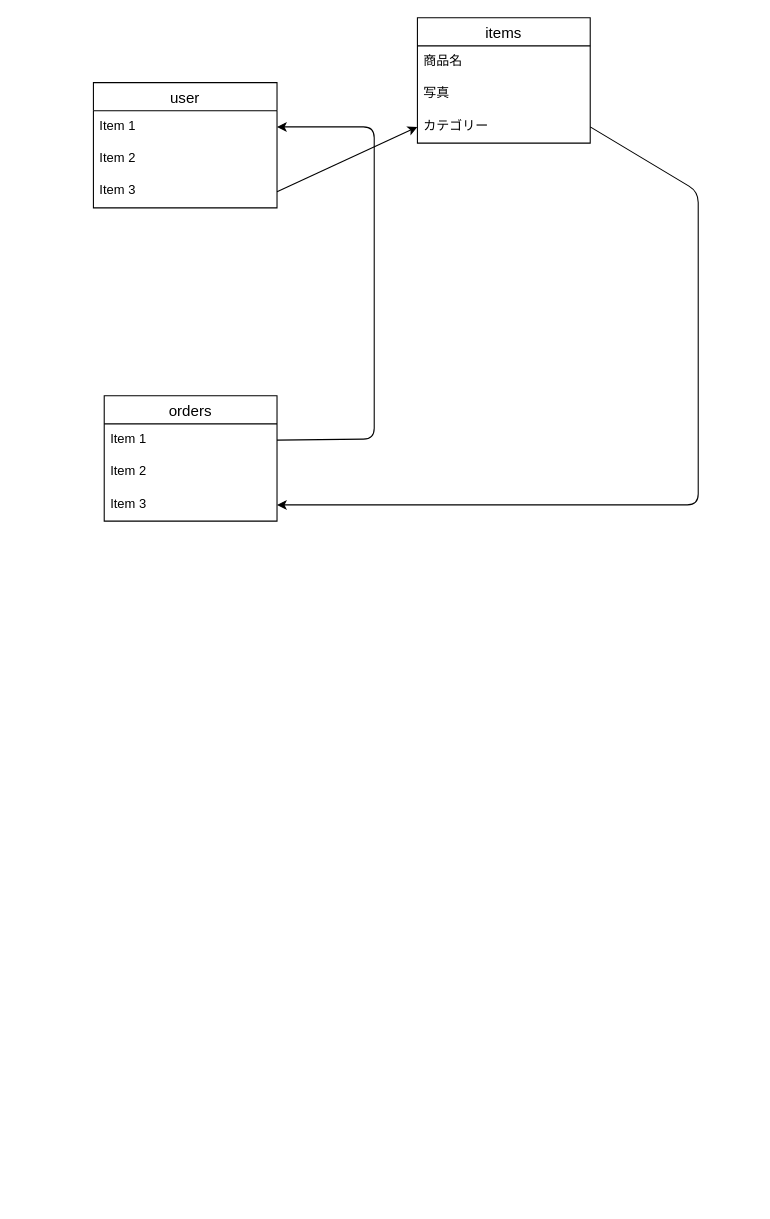
Before: ER.dio in bitich/furima-39113, a draw.io diagram. Source tidied: cells renumbered, new cells numbered last; positions are measured from the earlier drawing's top-left corner, leaving out a move shared by most shapes. Both pictures are drawn from the tidied source at 108%, with x=0, y=0 at pixel (93, 17).
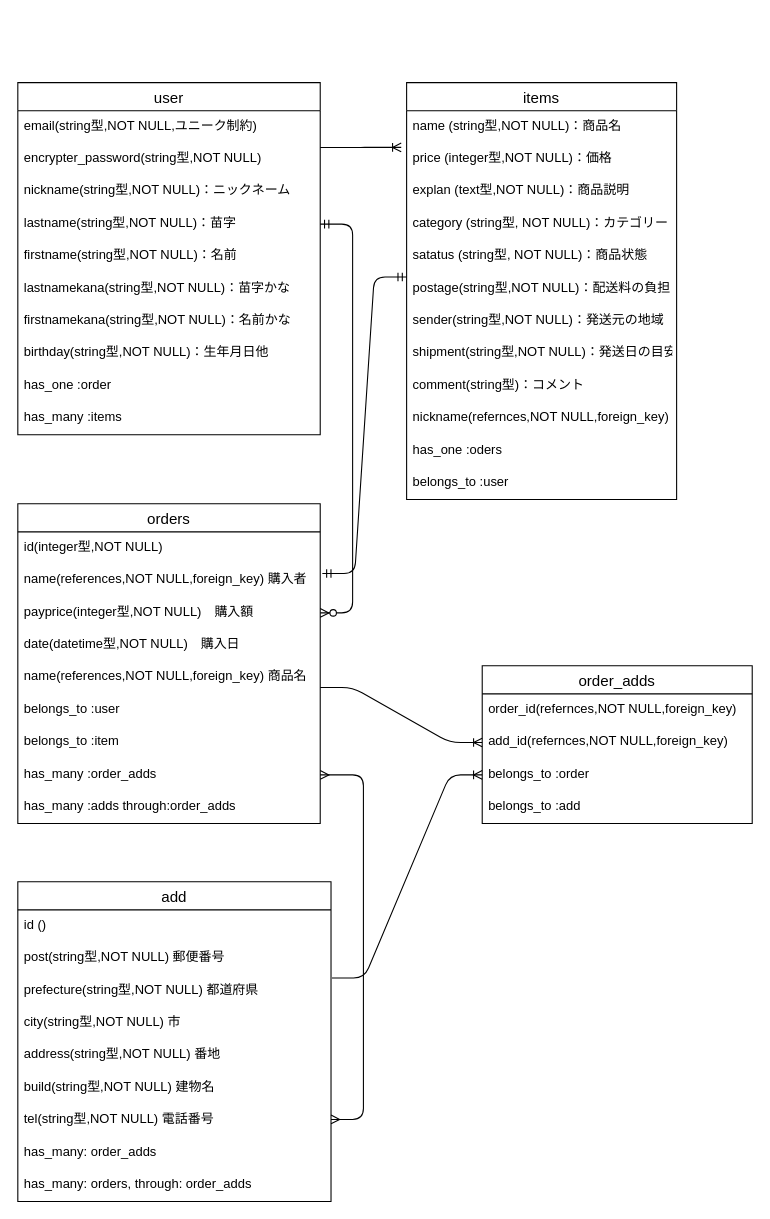
The same diagram, later.

Commit message (it also covers changes not shown here):
ER図、READ.ME作成

What changed in the source:
```diff
@@
     <mxCell id="2" value="user" style="swimlane;fontStyle=0;horizontal=1;startSize=26;align=center;fontSize=14;" parent="1" vertex="1">
-      <mxGeometry y="60" width="170" height="116" as="geometry" />
+      <mxGeometry x="-70" y="60" width="280" height="326" as="geometry" />
     </mxCell>
-    <mxCell id="3" value="Item 1" style="text;strokeColor=none;fillColor=none;spacingLeft=4;spacingRight=4;overflow=hidden;points=[[0,0.5],[1,0.5]];portConstraint=eastwest;fontSize=12;" parent="2" vertex="1">
-      <mxGeometry y="26" width="170" height="30" as="geometry" />
+    <mxCell id="3" value="email(string型,NOT NULL,ユニーク制約)" style="text;strokeColor=none;fillColor=none;spacingLeft=4;spacingRight=4;overflow=hidden;points=[[0,0.5],[1,0.5]];portConstraint=eastwest;fontSize=12;" parent="2" vertex="1">
+      <mxGeometry y="26" width="280" height="30" as="geometry" />
     </mxCell>
-    <mxCell id="4" value="Item 2" style="text;strokeColor=none;fillColor=none;spacingLeft=4;spacingRight=4;overflow=hidden;fontSize=12;" parent="2" vertex="1">
-      <mxGeometry y="56" width="170" height="30" as="geometry" />
+    <mxCell id="4" value="encrypter_password(string型,NOT NULL)" style="text;strokeColor=none;fillColor=none;spacingLeft=4;spacingRight=4;overflow=hidden;fontSize=12;" parent="2" vertex="1">
+      <mxGeometry y="56" width="280" height="30" as="geometry" />
     </mxCell>
-    <mxCell id="5" value="Item 3" style="text;strokeColor=none;fillColor=none;spacingLeft=4;spacingRight=4;overflow=hidden;points=[[0,0.5],[1,0.5]];portConstraint=eastwest;fontSize=12;" parent="2" vertex="1">
-      <mxGeometry y="86" width="170" height="30" as="geometry" />
+    <mxCell id="5" value="nickname(string型,NOT NULL)：ニックネーム" style="text;strokeColor=none;fillColor=none;spacingLeft=4;spacingRight=4;overflow=hidden;points=[[0,0.5],[1,0.5]];portConstraint=eastwest;fontSize=12;" parent="2" vertex="1">
+      <mxGeometry y="86" width="280" height="30" as="geometry" />
     </mxCell>
+    <mxCell id="17" value="lastname(string型,NOT NULL)：苗字" style="text;strokeColor=none;fillColor=none;spacingLeft=4;spacingRight=4;overflow=hidden;points=[[0,0.5],[1,0.5]];portConstraint=eastwest;fontSize=12;rounded=1;" parent="2" vertex="1">
+      <mxGeometry y="116" width="280" height="30" as="geometry" />
+    </mxCell>
+    <mxCell id="18" value="firstname(string型,NOT NULL)：名前" style="text;strokeColor=none;fillColor=none;spacingLeft=4;spacingRight=4;overflow=hidden;fontSize=12;rounded=1;" parent="2" vertex="1">
+      <mxGeometry y="146" width="280" height="30" as="geometry" />
+    </mxCell>
+    <mxCell id="19" value="lastnamekana(string型,NOT NULL)：苗字かな" style="text;strokeColor=none;fillColor=none;spacingLeft=4;spacingRight=4;overflow=hidden;fontSize=12;rounded=1;" parent="2" vertex="1">
+      <mxGeometry y="176" width="280" height="30" as="geometry" />
+    </mxCell>
+    <mxCell id="20" value="firstnamekana(string型,NOT NULL)：名前かな" style="text;strokeColor=none;fillColor=none;spacingLeft=4;spacingRight=4;overflow=hidden;fontSize=12;rounded=1;" parent="2" vertex="1">
+      <mxGeometry y="206" width="280" height="30" as="geometry" />
+    </mxCell>
+    <mxCell id="21" value="birthday(string型,NOT NULL)：生年月日他" style="text;strokeColor=none;fillColor=none;spacingLeft=4;spacingRight=4;overflow=hidden;fontSize=12;rounded=1;" parent="2" vertex="1">
+      <mxGeometry y="236" width="280" height="30" as="geometry" />
+    </mxCell>
+    <mxCell id="22" value="has_one :order" style="text;strokeColor=none;fillColor=none;spacingLeft=4;spacingRight=4;overflow=hidden;fontSize=12;" parent="2" vertex="1">
+      <mxGeometry y="266" width="280" height="30" as="geometry" />
+    </mxCell>
+    <mxCell id="23" value="has_many :items" style="text;strokeColor=none;fillColor=none;spacingLeft=4;spacingRight=4;overflow=hidden;fontSize=12;" parent="2" vertex="1">
+      <mxGeometry y="296" width="280" height="30" as="geometry" />
+    </mxCell>
     <mxCell id="6" value="items" style="swimlane;fontStyle=0;horizontal=1;startSize=26;align=center;fontSize=14;" parent="1" vertex="1">
-      <mxGeometry x="300" width="160" height="116" as="geometry" />
+      <mxGeometry x="290" y="60" width="250" height="386" as="geometry" />
     </mxCell>
-    <mxCell id="7" value="商品名" style="text;strokeColor=none;fillColor=none;spacingLeft=4;spacingRight=4;overflow=hidden;fontSize=12;" parent="6" vertex="1">
-      <mxGeometry y="26" width="160" height="30" as="geometry" />
+    <mxCell id="7" value="name (string型,NOT NULL)：商品名" style="text;strokeColor=none;fillColor=none;spacingLeft=4;spacingRight=4;overflow=hidden;fontSize=12;" parent="6" vertex="1">
+      <mxGeometry y="26" width="250" height="30" as="geometry" />
     </mxCell>
-    <mxCell id="8" value="写真" style="text;strokeColor=none;fillColor=none;spacingLeft=4;spacingRight=4;overflow=hidden;points=[[0,0.5],[1,0.5]];portConstraint=eastwest;fontSize=12;" parent="6" vertex="1">
-      <mxGeometry y="56" width="160" height="30" as="geometry" />
+    <mxCell id="8" value="price (integer型,NOT NULL)：価格" style="text;strokeColor=none;fillColor=none;spacingLeft=4;spacingRight=4;overflow=hidden;points=[[0,0.5],[1,0.5]];portConstraint=eastwest;fontSize=12;" parent="6" vertex="1">
+      <mxGeometry y="56" width="250" height="30" as="geometry" />
     </mxCell>
-    <mxCell id="9" value="カテゴリー&#10;&#10;" style="text;strokeColor=none;fillColor=none;spacingLeft=4;spacingRight=4;overflow=hidden;points=[[0,0.5],[1,0.5]];portConstraint=eastwest;fontSize=12;" parent="6" vertex="1">
-      <mxGeometry y="86" width="160" height="30" as="geometry" />
+    <mxCell id="9" value="explan (text型,NOT NULL)：商品説明" style="text;strokeColor=none;fillColor=none;spacingLeft=4;spacingRight=4;overflow=hidden;points=[[0,0.5],[1,0.5]];portConstraint=eastwest;fontSize=12;" parent="6" vertex="1">
+      <mxGeometry y="86" width="250" height="30" as="geometry" />
     </mxCell>
+    <mxCell id="24" value="category (string型, NOT NULL)：カテゴリー" style="text;strokeColor=none;fillColor=none;spacingLeft=4;spacingRight=4;overflow=hidden;fontSize=12;rounded=1;" parent="6" vertex="1">
+      <mxGeometry y="116" width="250" height="30" as="geometry" />
+    </mxCell>
+    <mxCell id="25" value="satatus (string型, NOT NULL)：商品状態" style="text;strokeColor=none;fillColor=none;spacingLeft=4;spacingRight=4;overflow=hidden;fontSize=12;" parent="6" vertex="1">
+      <mxGeometry y="146" width="250" height="30" as="geometry" />
+    </mxCell>
+    <mxCell id="26" value="postage(string型,NOT NULL)：配送料の負担" style="text;strokeColor=none;fillColor=none;spacingLeft=4;spacingRight=4;overflow=hidden;fontSize=12;rounded=1;" parent="6" vertex="1">
+      <mxGeometry y="176" width="250" height="30" as="geometry" />
+    </mxCell>
+    <mxCell id="27" value="sender(string型,NOT NULL)：発送元の地域" style="text;strokeColor=none;fillColor=none;spacingLeft=4;spacingRight=4;overflow=hidden;fontSize=12;rounded=1;" parent="6" vertex="1">
+      <mxGeometry y="206" width="250" height="30" as="geometry" />
+    </mxCell>
+    <mxCell id="28" value="shipment(string型,NOT NULL)：発送日の目安" style="text;strokeColor=none;fillColor=none;spacingLeft=4;spacingRight=4;overflow=hidden;fontSize=12;rounded=1;" parent="6" vertex="1">
+      <mxGeometry y="236" width="250" height="30" as="geometry" />
+    </mxCell>
+    <mxCell id="29" value="comment(string型)：コメント" style="text;strokeColor=none;fillColor=none;spacingLeft=4;spacingRight=4;overflow=hidden;fontSize=12;rounded=1;" parent="6" vertex="1">
+      <mxGeometry y="266" width="250" height="30" as="geometry" />
+    </mxCell>
+    <mxCell id="30" value="nickname(refernces,NOT NULL,foreign_key)" style="text;strokeColor=none;fillColor=none;spacingLeft=4;spacingRight=4;overflow=hidden;fontSize=12;" parent="6" vertex="1">
+      <mxGeometry y="296" width="250" height="30" as="geometry" />
+    </mxCell>
+    <mxCell id="31" value="has_one :oders" style="text;strokeColor=none;fillColor=none;spacingLeft=4;spacingRight=4;overflow=hidden;fontSize=12;" parent="6" vertex="1">
+      <mxGeometry y="326" width="250" height="30" as="geometry" />
+    </mxCell>
+    <mxCell id="32" value="belongs_to :user" style="text;strokeColor=none;fillColor=none;spacingLeft=4;spacingRight=4;overflow=hidden;fontSize=12;" parent="6" vertex="1">
+      <mxGeometry y="356" width="250" height="30" as="geometry" />
+    </mxCell>
     <mxCell id="10" value="orders" style="swimlane;fontStyle=0;horizontal=1;startSize=26;align=center;fontSize=14;" parent="1" vertex="1">
-      <mxGeometry x="10" y="350" width="160" height="116" as="geometry" />
+      <mxGeometry x="-70" y="450" width="280" height="296" as="geometry" />
     </mxCell>
+    <mxCell id="33" value="id(integer型,NOT NULL)" style="text;strokeColor=none;fillColor=none;spacingLeft=4;spacingRight=4;overflow=hidden;fontSize=12;" parent="10" vertex="1">
+      <mxGeometry y="26" width="280" height="30" as="geometry" />
+    </mxCell>
-    <mxCell id="11" value="Item 1" style="text;strokeColor=none;fillColor=none;spacingLeft=4;spacingRight=4;overflow=hidden;points=[[0,0.5],[1,0.5]];portConstraint=eastwest;fontSize=12;" parent="10" vertex="1">
-      <mxGeometry y="26" width="160" height="30" as="geometry" />
+    <mxCell id="11" value="name(references,NOT NULL,foreign_key) 購入者" style="text;strokeColor=none;fillColor=none;spacingLeft=4;spacingRight=4;overflow=hidden;points=[[0,0.5],[1,0.5]];portConstraint=eastwest;fontSize=12;" parent="10" vertex="1">
+      <mxGeometry y="56" width="280" height="30" as="geometry" />
     </mxCell>
-    <mxCell id="12" value="Item 2" style="text;strokeColor=none;fillColor=none;spacingLeft=4;spacingRight=4;overflow=hidden;points=[[0,0.5],[1,0.5]];portConstraint=eastwest;fontSize=12;" parent="10" vertex="1">
-      <mxGeometry y="56" width="160" height="30" as="geometry" />
+    <mxCell id="12" value="payprice(integer型,NOT NULL)　購入額" style="text;strokeColor=none;fillColor=none;spacingLeft=4;spacingRight=4;overflow=hidden;points=[[0,0.5],[1,0.5]];portConstraint=eastwest;fontSize=12;" parent="10" vertex="1">
+      <mxGeometry y="86" width="280" height="30" as="geometry" />
     </mxCell>
-    <mxCell id="13" value="Item 3" style="text;strokeColor=none;fillColor=none;spacingLeft=4;spacingRight=4;overflow=hidden;points=[[0,0.5],[1,0.5]];portConstraint=eastwest;fontSize=12;" parent="10" vertex="1">
-      <mxGeometry y="86" width="160" height="30" as="geometry" />
+    <mxCell id="13" value="date(datetime型,NOT NULL)　購入日" style="text;strokeColor=none;fillColor=none;spacingLeft=4;spacingRight=4;overflow=hidden;points=[[0,0.5],[1,0.5]];portConstraint=eastwest;fontSize=12;" parent="10" vertex="1">
+      <mxGeometry y="116" width="280" height="30" as="geometry" />
     </mxCell>
-    <mxCell id="14" style="edgeStyle=none;html=1;exitX=1;exitY=0.5;exitDx=0;exitDy=0;entryX=0;entryY=0.5;entryDx=0;entryDy=0;" parent="1" edge="1" source="5" target="9">
-      <mxGeometry relative="1" as="geometry" />
-    </mxCell>
-    <mxCell id="15" style="edgeStyle=none;html=1;exitX=1;exitY=0.5;exitDx=0;exitDy=0;entryX=1;entryY=0.5;entryDx=0;entryDy=0;" parent="1" edge="1" source="11" target="3">
-      <mxGeometry relative="1" as="geometry">
-        <Array as="points">
-          <mxPoint x="260" y="390" />
-          <mxPoint x="260" y="240" />
-          <mxPoint x="260" y="101" />
-        </Array>
-      </mxGeometry>
-    </mxCell>
-    <mxCell id="16" style="edgeStyle=none;html=1;exitX=1;exitY=0.5;exitDx=0;exitDy=0;entryX=1;entryY=0.5;entryDx=0;entryDy=0;" parent="1" edge="1" source="9" target="13">
-      <mxGeometry relative="1" as="geometry">
-        <Array as="points">
-          <mxPoint x="560" y="161" />
-          <mxPoint x="560" y="451" />
-        </Array>
-      </mxGeometry>
-    </mxCell>
+    <mxCell id="34" value="name(references,NOT NULL,foreign_key) 商品名&#10;" style="text;strokeColor=none;fillColor=none;spacingLeft=4;spacingRight=4;overflow=hidden;fontSize=12;rounded=1;" parent="10" vertex="1">
+      <mxGeometry y="146" width="280" height="30" as="geometry" />
+    </mxCell>
+    <mxCell id="35" value="belongs_to :user" style="text;strokeColor=none;fillColor=none;spacingLeft=4;spacingRight=4;overflow=hidden;fontSize=12;" parent="10" vertex="1">
+      <mxGeometry y="176" width="280" height="30" as="geometry" />
+    </mxCell>
+    <mxCell id="36" value="belongs_to :item" style="text;strokeColor=none;fillColor=none;spacingLeft=4;spacingRight=4;overflow=hidden;fontSize=12;" parent="10" vertex="1">
+      <mxGeometry y="206" width="280" height="30" as="geometry" />
+    </mxCell>
+    <mxCell id="37" value="has_many :order_adds" style="text;strokeColor=none;fillColor=none;spacingLeft=4;spacingRight=4;overflow=hidden;points=[[0,0.5],[1,0.5]];portConstraint=eastwest;fontSize=12;" parent="10" vertex="1">
+      <mxGeometry y="236" width="280" height="30" as="geometry" />
+    </mxCell>
+    <mxCell id="38" value="has_many :adds through:order_adds" style="text;strokeColor=none;fillColor=none;spacingLeft=4;spacingRight=4;overflow=hidden;fontSize=12;" parent="10" vertex="1">
+      <mxGeometry y="266" width="280" height="30" as="geometry" />
+    </mxCell>
+    <mxCell id="39" style="edgeStyle=entityRelationEdgeStyle;fontSize=12;html=1;endArrow=ERzeroToMany;startArrow=ERmandOne;entryX=1;entryY=0.5;entryDx=0;entryDy=0;exitX=1;exitY=0.5;exitDx=0;exitDy=0;" parent="1" edge="1" source="17" target="12">
+      <mxGeometry relative="1" as="geometry" />
+    </mxCell>
+    <mxCell id="40" value="add" style="swimlane;fontStyle=0;horizontal=1;startSize=26;align=center;fontSize=14;" parent="1" vertex="1">
+      <mxGeometry x="-70" y="800" width="290" height="296" as="geometry" />
+    </mxCell>
+    <mxCell id="41" value="id ()" style="text;strokeColor=none;fillColor=none;spacingLeft=4;spacingRight=4;overflow=hidden;fontSize=12;" parent="40" vertex="1">
+      <mxGeometry y="26" width="290" height="30" as="geometry" />
+    </mxCell>
+    <mxCell id="42" value="post(string型,NOT NULL) 郵便番号" style="text;strokeColor=none;fillColor=none;spacingLeft=4;spacingRight=4;overflow=hidden;fontSize=12;fontStyle=0;" parent="40" vertex="1">
+      <mxGeometry y="56" width="290" height="30" as="geometry" />
+    </mxCell>
+    <mxCell id="43" value="prefecture(string型,NOT NULL) 都道府県" style="text;strokeColor=none;fillColor=none;spacingLeft=4;spacingRight=4;overflow=hidden;points=[[0,0.5],[1,0.5]];portConstraint=eastwest;fontSize=12;" parent="40" vertex="1">
+      <mxGeometry y="86" width="290" height="30" as="geometry" />
+    </mxCell>
+    <mxCell id="44" value="city(string型,NOT NULL) 市" style="text;strokeColor=none;fillColor=none;spacingLeft=4;spacingRight=4;overflow=hidden;fontSize=12;" parent="40" vertex="1">
+      <mxGeometry y="116" width="290" height="30" as="geometry" />
+    </mxCell>
+    <mxCell id="45" value="address(string型,NOT NULL) 番地" style="text;strokeColor=none;fillColor=none;spacingLeft=4;spacingRight=4;overflow=hidden;fontSize=12;rounded=1;" parent="40" vertex="1">
+      <mxGeometry y="146" width="290" height="30" as="geometry" />
+    </mxCell>
+    <mxCell id="46" value="build(string型,NOT NULL) 建物名" style="text;strokeColor=none;fillColor=none;spacingLeft=4;spacingRight=4;overflow=hidden;fontSize=12;rounded=1;" parent="40" vertex="1">
+      <mxGeometry y="176" width="290" height="30" as="geometry" />
+    </mxCell>
+    <mxCell id="47" value="tel(string型,NOT NULL) 電話番号" style="text;strokeColor=none;fillColor=none;spacingLeft=4;spacingRight=4;overflow=hidden;fontSize=12;rounded=1;" parent="40" vertex="1">
+      <mxGeometry y="206" width="290" height="30" as="geometry" />
+    </mxCell>
+    <mxCell id="48" value="has_many: order_adds" style="text;strokeColor=none;fillColor=none;spacingLeft=4;spacingRight=4;overflow=hidden;fontSize=12;" parent="40" vertex="1">
+      <mxGeometry y="236" width="290" height="30" as="geometry" />
+    </mxCell>
+    <mxCell id="49" value="has_many: orders, through: order_adds" style="text;strokeColor=none;fillColor=none;spacingLeft=4;spacingRight=4;overflow=hidden;fontSize=12;" parent="40" vertex="1">
+      <mxGeometry y="266" width="290" height="30" as="geometry" />
+    </mxCell>
+    <mxCell id="50" style="edgeStyle=entityRelationEdgeStyle;fontSize=12;html=1;endArrow=ERoneToMany;entryX=-0.02;entryY=0.133;entryDx=0;entryDy=0;entryPerimeter=0;" parent="1" edge="1" target="8">
+      <mxGeometry relative="1" as="geometry">
+        <mxPoint x="210" y="120" as="sourcePoint" />
+      </mxGeometry>
+    </mxCell>
+    <mxCell id="51" style="edgeStyle=entityRelationEdgeStyle;fontSize=12;html=1;endArrow=ERmandOne;startArrow=ERmandOne;exitX=1.007;exitY=0.283;exitDx=0;exitDy=0;exitPerimeter=0;" parent="1" edge="1" source="11">
+      <mxGeometry relative="1" as="geometry">
+        <mxPoint x="290" y="240" as="targetPoint" />
+      </mxGeometry>
+    </mxCell>
+    <mxCell id="52" value="order_adds" style="swimlane;fontStyle=0;horizontal=1;startSize=26;align=center;fontSize=14;" parent="1" vertex="1">
+      <mxGeometry x="360" y="600" width="250" height="146" as="geometry" />
+    </mxCell>
+    <mxCell id="53" value="order_id(refernces,NOT NULL,foreign_key)" style="text;strokeColor=none;fillColor=none;spacingLeft=4;spacingRight=4;overflow=hidden;fontSize=12;" parent="52" vertex="1">
+      <mxGeometry y="26" width="250" height="30" as="geometry" />
+    </mxCell>
+    <mxCell id="54" value="add_id(refernces,NOT NULL,foreign_key)" style="text;strokeColor=none;fillColor=none;spacingLeft=4;spacingRight=4;overflow=hidden;points=[[0,0.5],[1,0.5]];portConstraint=eastwest;fontSize=12;" parent="52" vertex="1">
+      <mxGeometry y="56" width="250" height="30" as="geometry" />
+    </mxCell>
+    <mxCell id="55" value="belongs_to :order" style="text;strokeColor=none;fillColor=none;spacingLeft=4;spacingRight=4;overflow=hidden;points=[[0,0.5],[1,0.5]];portConstraint=eastwest;fontSize=12;" parent="52" vertex="1">
+      <mxGeometry y="86" width="250" height="30" as="geometry" />
+    </mxCell>
+    <mxCell id="56" value="belongs_to :add" style="text;strokeColor=none;fillColor=none;spacingLeft=4;spacingRight=4;overflow=hidden;fontSize=12;" parent="52" vertex="1">
+      <mxGeometry y="116" width="250" height="30" as="geometry" />
+    </mxCell>
+    <mxCell id="57" style="edgeStyle=entityRelationEdgeStyle;fontSize=12;html=1;endArrow=ERoneToMany;entryX=0;entryY=0.5;entryDx=0;entryDy=0;" parent="1" edge="1" target="54">
+      <mxGeometry relative="1" as="geometry">
+        <mxPoint x="210" y="620" as="sourcePoint" />
+      </mxGeometry>
+    </mxCell>
+    <mxCell id="58" style="edgeStyle=entityRelationEdgeStyle;fontSize=12;html=1;endArrow=ERoneToMany;exitX=1.003;exitY=0.1;exitDx=0;exitDy=0;exitPerimeter=0;entryX=0;entryY=0.5;entryDx=0;entryDy=0;" parent="1" edge="1" source="43" target="55">
+      <mxGeometry relative="1" as="geometry" />
+    </mxCell>
+    <mxCell id="59" style="edgeStyle=entityRelationEdgeStyle;fontSize=12;html=1;endArrow=ERmany;startArrow=ERmany;" parent="1" edge="1" target="37">
+      <mxGeometry relative="1" as="geometry">
+        <mxPoint x="220" y="1020" as="sourcePoint" />
+      </mxGeometry>
+    </mxCell>
```
